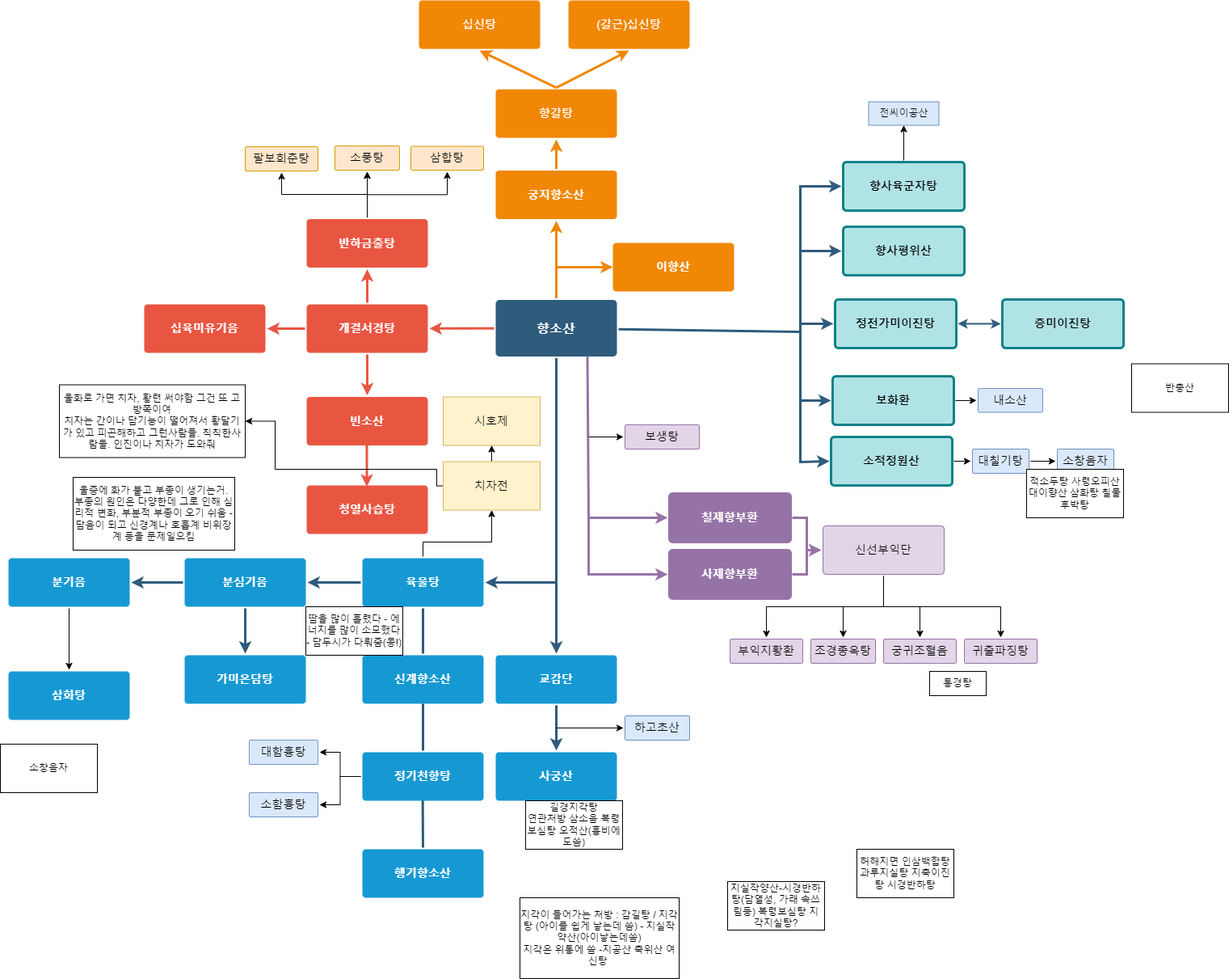
This is 향소산플로우차트.drawio.png from Jinzin71/sparta, a draw.io export, as it was before one commit. Source tidied: cells renumbered, new cells last; positions are measured from the earlier drawing's top-left corner, leaving out a move shared by most shapes.
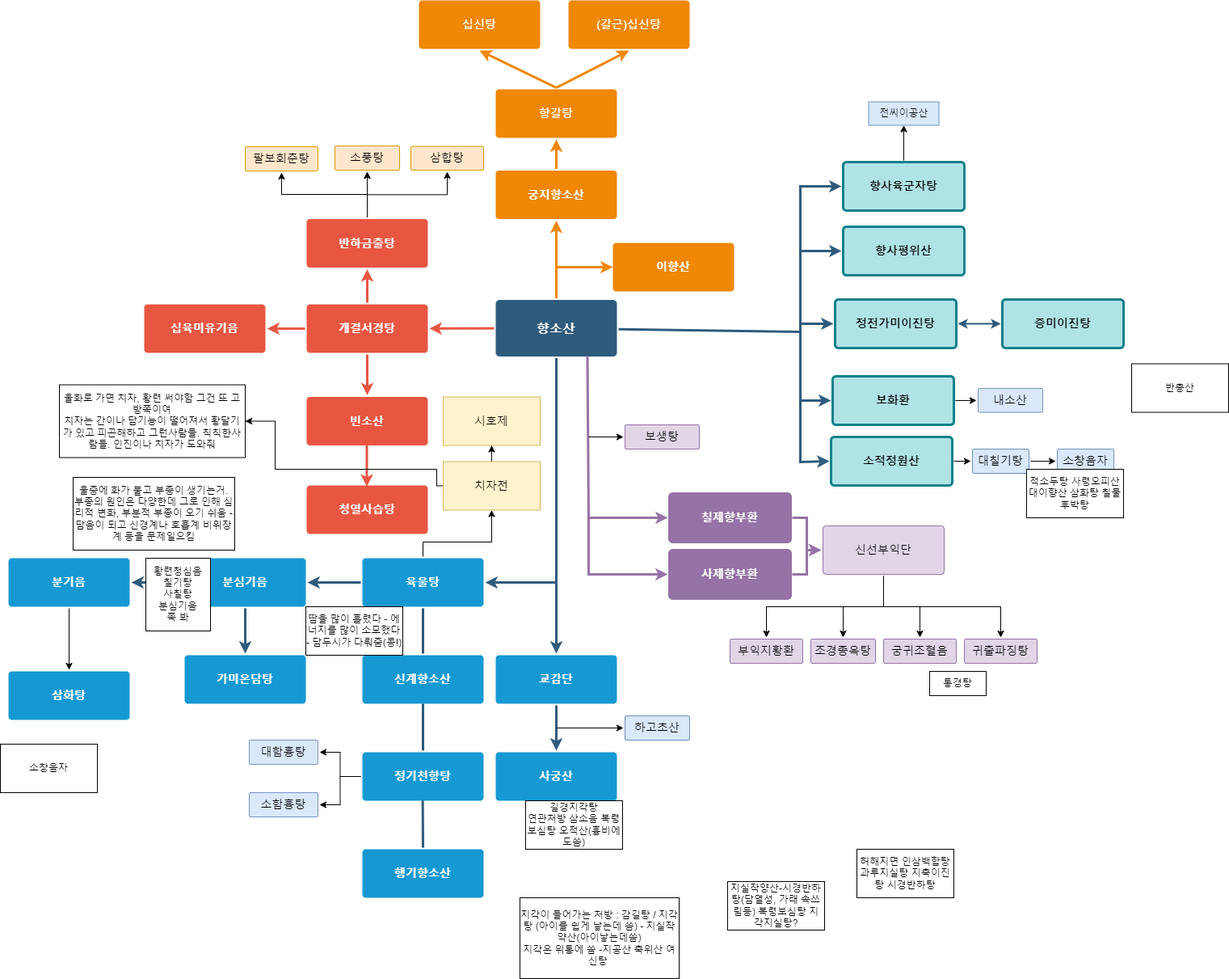
Above is the later version.

Commit message:
향소산플로우차트.drawio.png 업데이트

The edit, as a diff of the source:
```diff
@@ -427,5 +427,8 @@
     <mxCell id="109" value="소창음자" style="whiteSpace=wrap;html=1;" parent="1" vertex="1">
       <mxGeometry y="920" width="120" height="60" as="geometry" />
     </mxCell>
+    <mxCell id="110" value="황련청심음&lt;br&gt;칠기탕&lt;br&gt;사칠탕&lt;br&gt;분심기음&lt;br&gt;쭉 봐" style="whiteSpace=wrap;html=1;" parent="1" vertex="1">
+      <mxGeometry x="180" y="690" width="80" height="90" as="geometry" />
+    </mxCell>
   </root>
 </mxGraphModel>
```
